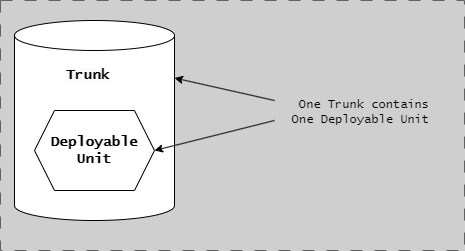
Before: docs/assets/repository/poly.drawio.png, a diagram exported from draw.io (ready-to-release/eac). Source tidied: cells renumbered, new cells last; positions are measured from the earlier drawing's top-left corner, leaving out a move shared by most shapes.
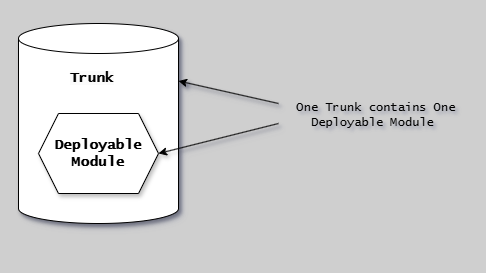
After the change.

What changed in the source:
```diff
@@ -1,31 +1,31 @@
-<mxGraphModel background="#CFCFCF">
+<mxGraphModel background="#CFCFCF" shadow="1">
   <root>
     <mxCell id="0" />
     <mxCell id="1" parent="0" />
-    <mxCell id="2" style="shape=cylinder3;whiteSpace=wrap;html=1;boundedLbl=1;backgroundOutline=1;size=15;fontFamily=Lucida Console;fontStyle=1;fontSize=14;" parent="1" vertex="1">
+    <mxCell id="2" style="shape=cylinder3;whiteSpace=wrap;html=1;boundedLbl=1;backgroundOutline=1;size=15;fontFamily=Lucida Console;fontStyle=1;fontSize=14;shadow=1;" parent="1" vertex="1">
       <mxGeometry x="14" y="20" width="160" height="200" as="geometry" />
     </mxCell>
-    <mxCell id="3" value="Deployable&lt;br style=&quot;border-color: var(--border-color);&quot;&gt;Unit" style="shape=hexagon;perimeter=hexagonPerimeter2;whiteSpace=wrap;html=1;fixedSize=1;fontFamily=Lucida Console;fontStyle=1;fontSize=14;" parent="1" vertex="1">
+    <mxCell id="3" value="Deployable&lt;br style=&quot;border-color: var(--border-color);&quot;&gt;Module" style="shape=hexagon;perimeter=hexagonPerimeter2;whiteSpace=wrap;html=1;fixedSize=1;fontFamily=Lucida Console;fontStyle=1;fontSize=14;shadow=1;" parent="1" vertex="1">
       <mxGeometry x="34" y="110" width="120" height="80" as="geometry" />
     </mxCell>
-    <mxCell id="4" style="group;strokeColor=#616161;dashed=1;dashPattern=12 12;fontFamily=Lucida Console;fontStyle=1;" parent="1" vertex="1">
+    <mxCell id="4" style="group;strokeColor=none;dashed=1;dashPattern=12 12;fontFamily=Lucida Console;fontStyle=1;shadow=1;" parent="1" vertex="1">
       <mxGeometry width="464" height="250" as="geometry" />
     </mxCell>
-    <mxCell id="5" value="&lt;span style=&quot;color: rgb(0, 0, 0); font-family: &amp;quot;Lucida Console&amp;quot;; font-size: 14px; font-style: normal; font-variant-ligatures: normal; font-variant-caps: normal; font-weight: 700; letter-spacing: normal; orphans: 2; text-align: center; text-indent: 0px; text-transform: none; widows: 2; word-spacing: 0px; -webkit-text-stroke-width: 0px; background-color: rgb(251, 251, 251); text-decoration-thickness: initial; text-decoration-style: initial; text-decoration-color: initial; float: none; display: inline !important;&quot;&gt;Trunk&lt;/span&gt;" style="text;whiteSpace=wrap;html=1;" parent="1" vertex="1">
+    <mxCell id="5" value="&lt;span style=&quot;color: rgb(0, 0, 0); font-family: &amp;quot;Lucida Console&amp;quot;; font-size: 14px; font-style: normal; font-variant-ligatures: normal; font-variant-caps: normal; font-weight: 700; letter-spacing: normal; orphans: 2; text-align: center; text-indent: 0px; text-transform: none; widows: 2; word-spacing: 0px; -webkit-text-stroke-width: 0px; background-color: rgb(251, 251, 251); text-decoration-thickness: initial; text-decoration-style: initial; text-decoration-color: initial; float: none; display: inline !important;&quot;&gt;Trunk&lt;/span&gt;" style="text;whiteSpace=wrap;html=1;shadow=1;" parent="1" vertex="1">
       <mxGeometry x="64" y="60" width="60" height="40" as="geometry" />
     </mxCell>
-    <mxCell id="6" style="endArrow=classic;html=1;rounded=0;entryX=1;entryY=0.5;entryDx=0;entryDy=0;" parent="1" edge="1" target="3">
+    <mxCell id="6" style="endArrow=classic;html=1;rounded=0;entryX=1;entryY=0.5;entryDx=0;entryDy=0;shadow=1;" parent="1" edge="1" target="3">
       <mxGeometry relative="1" as="geometry">
         <mxPoint x="274" y="120" as="sourcePoint" />
       </mxGeometry>
     </mxCell>
-    <mxCell id="7" style="endArrow=classic;html=1;rounded=0;entryX=1;entryY=0;entryDx=0;entryDy=57.5;entryPerimeter=0;" parent="1" edge="1" target="2">
+    <mxCell id="7" style="endArrow=classic;html=1;rounded=0;entryX=1;entryY=0;entryDx=0;entryDy=57.5;entryPerimeter=0;shadow=1;" parent="1" edge="1" target="2">
       <mxGeometry relative="1" as="geometry">
         <mxPoint x="274" y="100" as="sourcePoint" />
       </mxGeometry>
     </mxCell>
-    <mxCell id="8" value="One Trunk contains One Deployable Unit&amp;nbsp;" style="text;html=1;strokeColor=none;fillColor=none;align=center;verticalAlign=middle;whiteSpace=wrap;rounded=0;fontFamily=Lucida Console;" parent="1" vertex="1">
-      <mxGeometry x="284" y="97" width="160" height="30" as="geometry" />
+    <mxCell id="8" value="One Trunk contains One Deployable Module&amp;nbsp;" style="text;html=1;strokeColor=none;fillColor=none;align=center;verticalAlign=middle;whiteSpace=wrap;rounded=0;fontFamily=Lucida Console;shadow=1;" parent="1" vertex="1">
+      <mxGeometry x="284" y="97" width="176" height="30" as="geometry" />
     </mxCell>
   </root>
 </mxGraphModel>
```
